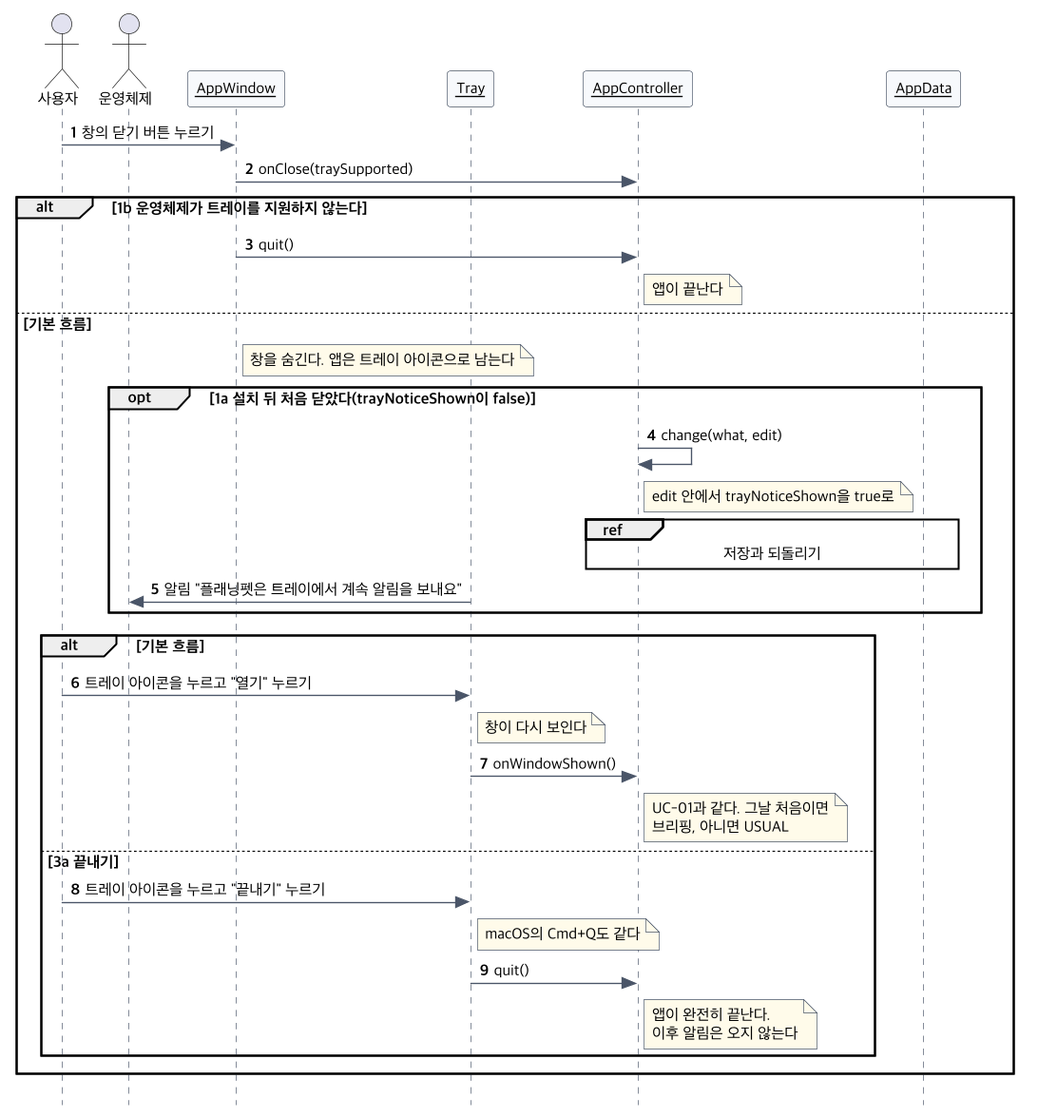
This is docs/diagrams/seq-uc19.png from 2026-2-software-system-design-11/planning-pet-app, a PlantUML export, as it was before one commit. Source of this version:
```plantuml
@startuml seq-uc19
!include seq-common.iuml
actor 사용자
actor 운영체제
$obj(AppWindow)
$obj(Tray)
$obj(AppController)
$obj(AppData)
사용자 -> AppWindow : 창의 닫기 버튼 누르기
AppWindow -> AppController : onClose(traySupported)
alt 1b 운영체제가 트레이를 지원하지 않는다
  AppWindow -> AppController : quit()
  note right of AppController : 앱이 끝난다
else 기본 흐름
  note right of AppWindow : 창을 숨긴다. 앱은 트레이 아이콘으로 남는다
  opt 1a 설치 뒤 처음 닫았다(trayNoticeShown이 false)
    AppController -> AppController : change(what, edit)
    note right of AppController : edit 안에서 trayNoticeShown을 true로
    ref over AppController, AppData : 저장과 되돌리기
    Tray -> 운영체제 : 알림 "플래닝펫은 트레이에서 계속 알림을 보내요"
  end
  alt 기본 흐름
    사용자 -> Tray : 트레이 아이콘을 누르고 "열기" 누르기
    note right of Tray : 창이 다시 보인다
    Tray -> AppController : onWindowShown()
    note right of AppController : UC-01과 같다. 그날 처음이면\n브리핑, 아니면 USUAL
  else 3a 끝내기
    사용자 -> Tray : 트레이 아이콘을 누르고 "끝내기" 누르기
    note right of Tray : macOS의 Cmd+Q도 같다
    Tray -> AppController : quit()
    note right of AppController : 앱이 완전히 끝난다.\n이후 알림은 오지 않는다
  end
end
@enduml
```
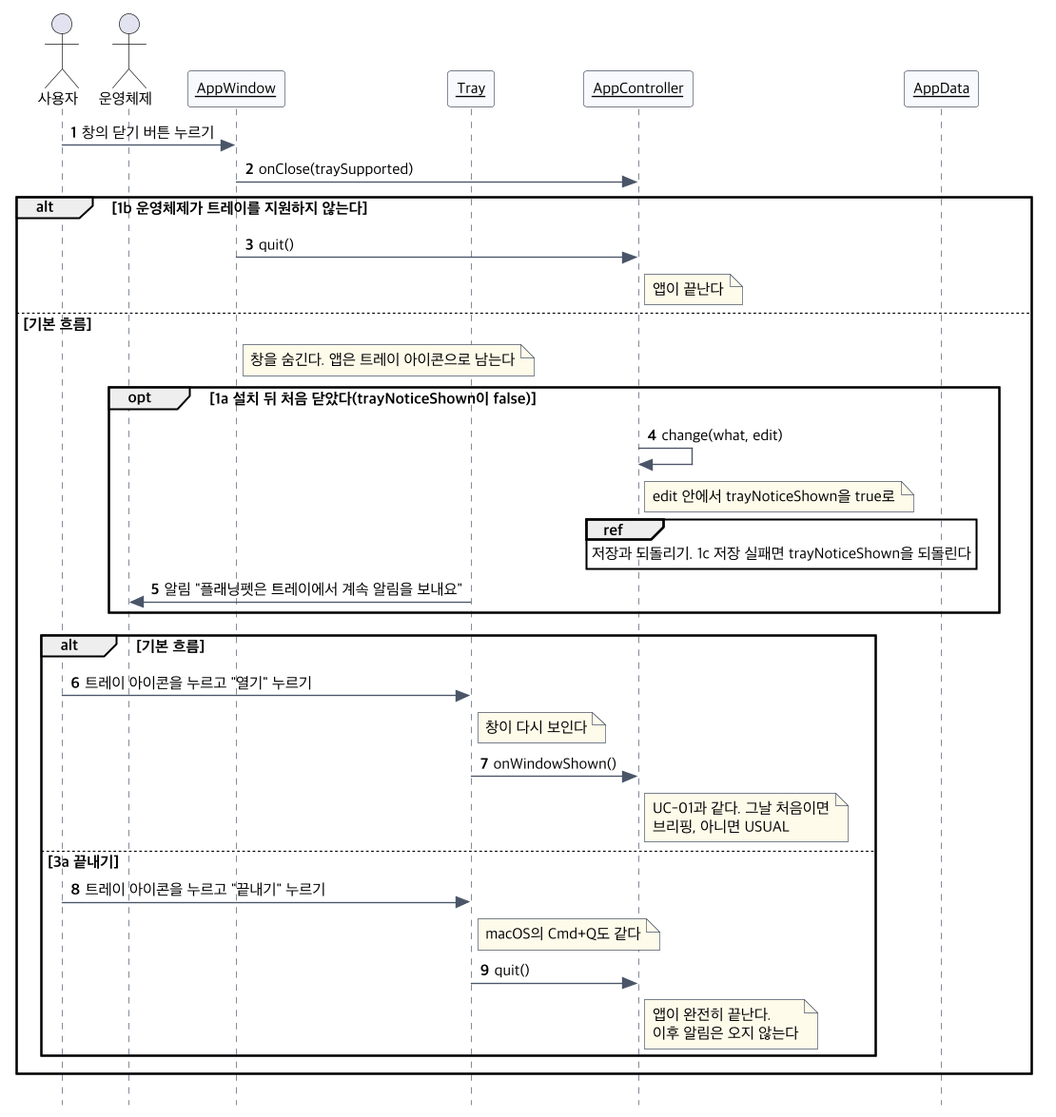
The same file after the commit.

Diff of the diagram source:
```diff
@@ -16,7 +16,7 @@
   opt 1a 설치 뒤 처음 닫았다(trayNoticeShown이 false)
     AppController -> AppController : change(what, edit)
     note right of AppController : edit 안에서 trayNoticeShown을 true로
-    ref over AppController, AppData : 저장과 되돌리기
+    ref over AppController, AppData : 저장과 되돌리기. 1c 저장 실패면 trayNoticeShown을 되돌린다
     Tray -> 운영체제 : 알림 "플래닝펫은 트레이에서 계속 알림을 보내요"
   end
   alt 기본 흐름
```
